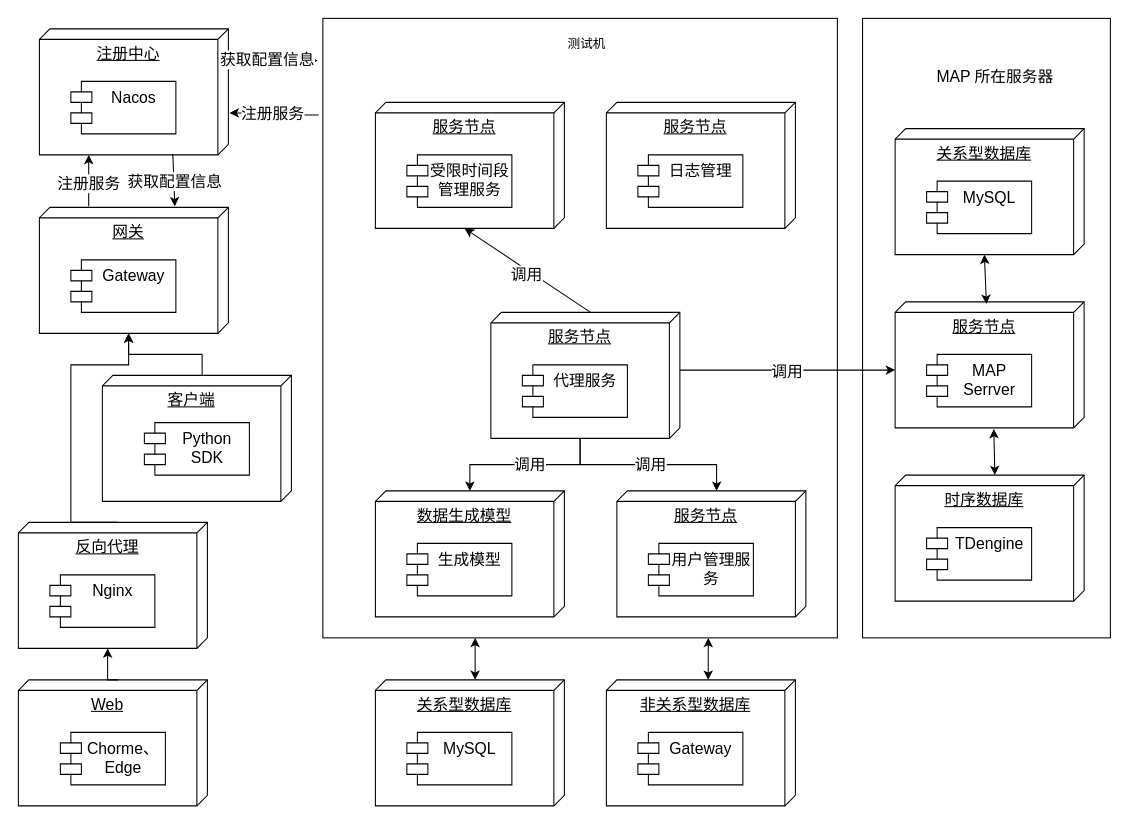
Earlier version of the draw.io diagram 系统部署图.drawio (Diend-7/-). Source tidied: cells renumbered, new cells numbered last; positions are measured from the earlier drawing's top-left corner, leaving out a move shared by most shapes. Both pictures are drawn from the tidied source at 105%, with x=0, y=0 at pixel (18, 18).
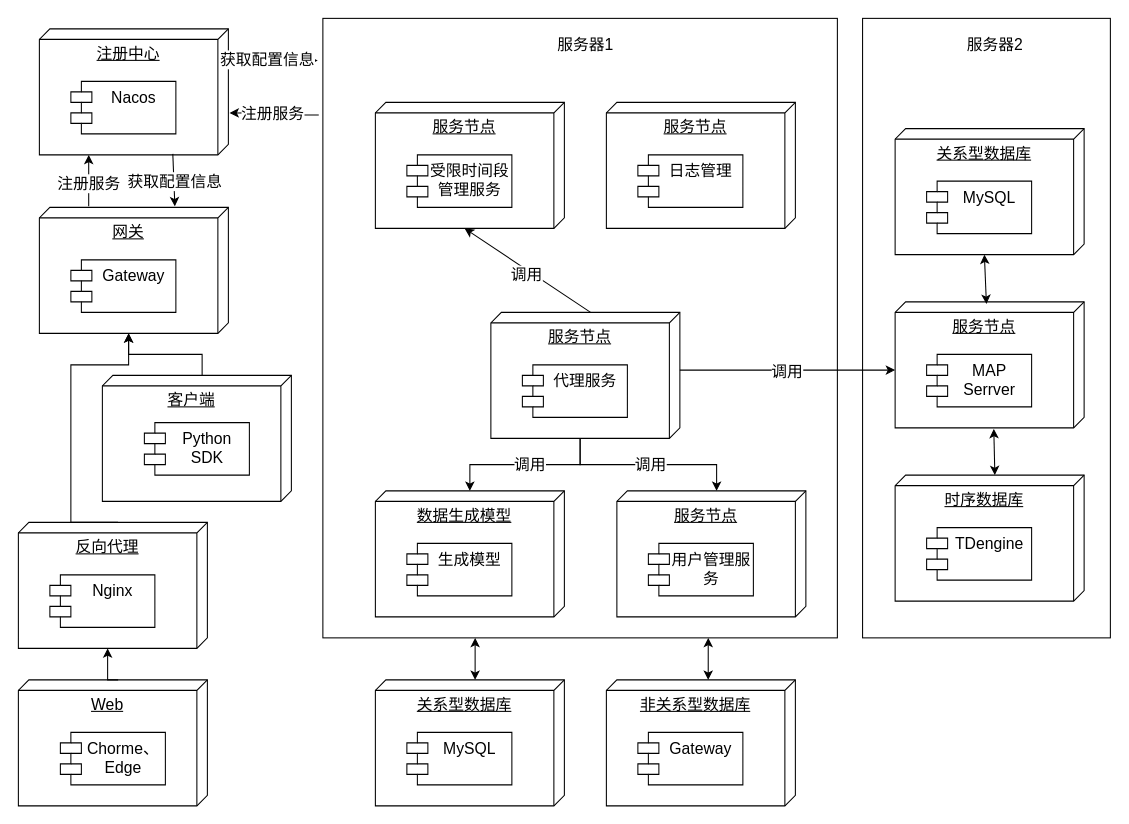
The same diagram, later.

Commit message:
更新系统部署图.drawio

Diff of the diagram source:
```diff
@@
-    <mxCell id="41" value="测试机" style="text;html=1;align=center;verticalAlign=middle;strokeColor=none;fillColor=none;" parent="1" vertex="1">
-      <mxGeometry x="511" y="10" width="60" height="30" as="geometry" />
-    </mxCell>
-    <mxCell id="42" value="MAP 所在服务器" style="text;html=1;align=center;verticalAlign=middle;strokeColor=none;fillColor=none;fontSize=15;" parent="1" vertex="1">
-      <mxGeometry x="865" y="40" width="130" height="30" as="geometry" />
+    <mxCell id="42" value="服务器2" style="text;html=1;align=center;verticalAlign=middle;strokeColor=none;fillColor=none;fontSize=15;" parent="1" vertex="1">
+      <mxGeometry x="890" y="10" width="80" height="30" as="geometry" />
     </mxCell>
@@
+    <mxCell id="59" value="服务器1" style="text;html=1;align=center;verticalAlign=middle;strokeColor=none;fillColor=none;fontSize=15;" parent="1" vertex="1">
+      <mxGeometry x="500" y="10" width="80" height="30" as="geometry" />
+    </mxCell>
```
